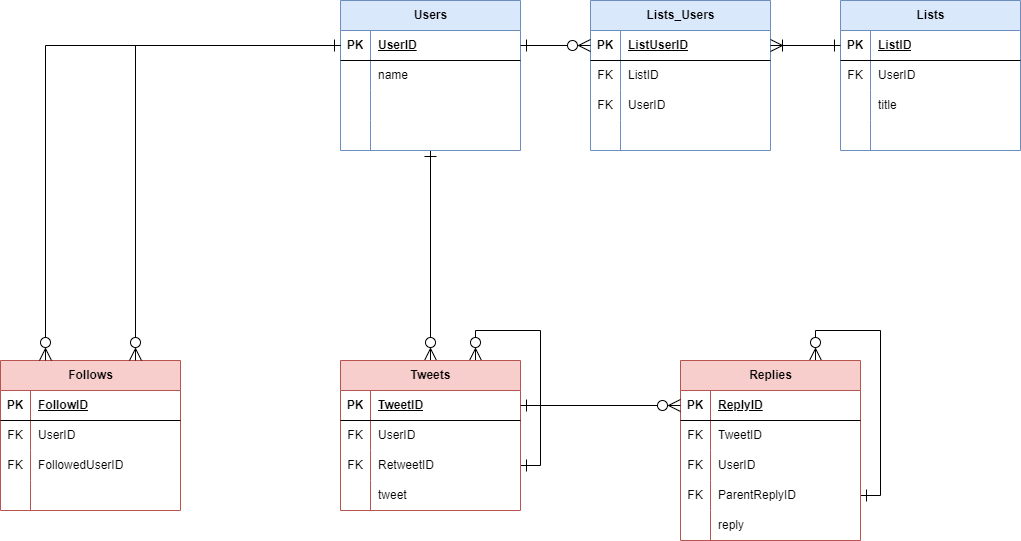
Before: Twitter.drawio.png, a diagram exported from draw.io (npakk/fjord-database-erd-practice). Source tidied: cells renumbered, new cells last; positions are measured from the earlier drawing's top-left corner, leaving out a move shared by most shapes.
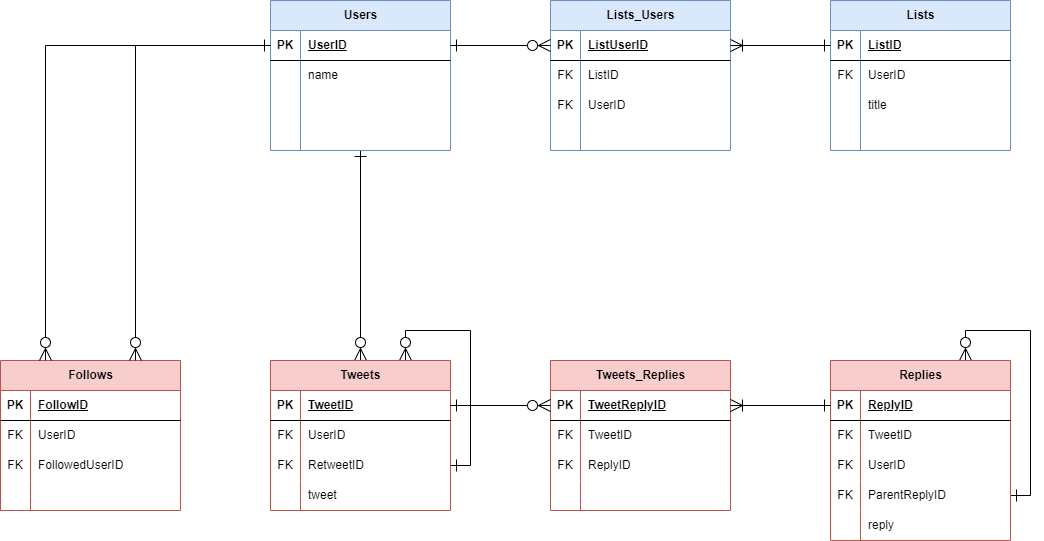
Above is the later version.

Commit message:
Twitter.drawio.png を更新します

Change to the diagram source:
```diff
@@ -6,7 +6,7 @@
       <mxGeometry relative="1" as="geometry" />
     </mxCell>
     <mxCell id="3" value="Users" style="shape=table;startSize=30;rowLines=0;fontStyle=1;align=center;html=1;fillColor=#dae8fc;strokeColor=#6c8ebf;" parent="1" vertex="1">
-      <mxGeometry x="340" width="180" height="150" as="geometry" />
+      <mxGeometry x="270" width="180" height="150" as="geometry" />
     </mxCell>
     <mxCell id="4" style="shape=tableRow;horizontal=0;startSize=0;swimlaneHead=0;swimlaneBody=0;fillColor=none;points=[[0,0.5],[1,0.5]];portConstraint=eastwest;top=0;left=0;right=0;bottom=1;" parent="3" vertex="1">
       <mxGeometry y="30" width="180" height="30" as="geometry" />
@@ -47,23 +47,23 @@
     <mxCell id="16" style="edgeStyle=orthogonalEdgeStyle;rounded=0;jettySize=auto;html=1;exitX=1;exitY=0.5;exitDx=0;exitDy=0;entryX=0.75;entryY=0;entryDx=0;entryDy=0;endSize=10;startSize=10;endArrow=ERzeroToMany;endFill=0;startArrow=ERone;startFill=0;" parent="1" edge="1" source="25" target="18">
       <mxGeometry relative="1" as="geometry">
         <Array as="points">
-          <mxPoint x="540" y="465" />
-          <mxPoint x="540" y="330" />
-          <mxPoint x="475" y="330" />
+          <mxPoint x="470" y="465" />
+          <mxPoint x="470" y="330" />
+          <mxPoint x="405" y="330" />
         </Array>
       </mxGeometry>
     </mxCell>
     <mxCell id="17" style="edgeStyle=orthogonalEdgeStyle;rounded=0;jettySize=auto;html=1;exitX=1;exitY=0.5;exitDx=0;exitDy=0;entryX=0.75;entryY=0;entryDx=0;entryDy=0;endSize=10;startSize=10;endArrow=ERzeroToMany;endFill=0;startArrow=ERone;startFill=0;" parent="1" edge="1" source="41" target="31">
       <mxGeometry relative="1" as="geometry">
         <Array as="points">
-          <mxPoint x="880" y="495" />
-          <mxPoint x="880" y="330" />
-          <mxPoint x="815" y="330" />
+          <mxPoint x="1030" y="495" />
+          <mxPoint x="1030" y="330" />
+          <mxPoint x="965" y="330" />
         </Array>
       </mxGeometry>
     </mxCell>
     <mxCell id="18" value="Tweets" style="shape=table;startSize=30;rowLines=0;fontStyle=1;align=center;html=1;fillColor=#f8cecc;strokeColor=#b85450;" parent="1" vertex="1">
-      <mxGeometry x="340" y="360" width="180" height="150" as="geometry" />
+      <mxGeometry x="270" y="360" width="180" height="150" as="geometry" />
     </mxCell>
     <mxCell id="19" style="shape=tableRow;horizontal=0;startSize=0;swimlaneHead=0;swimlaneBody=0;fillColor=none;points=[[0,0.5],[1,0.5]];portConstraint=eastwest;top=0;left=0;right=0;bottom=1;" parent="18" vertex="1">
       <mxGeometry y="30" width="180" height="30" as="geometry" />
@@ -102,7 +102,7 @@
       <mxGeometry x="30" width="150" height="30" as="geometry" />
     </mxCell>
     <mxCell id="31" value="Replies" style="shape=table;startSize=30;rowLines=0;fontStyle=1;align=center;html=1;fillColor=#f8cecc;strokeColor=#b85450;" parent="1" vertex="1">
-      <mxGeometry x="680" y="360" width="180" height="180" as="geometry" />
+      <mxGeometry x="830" y="360" width="180" height="180" as="geometry" />
     </mxCell>
     <mxCell id="32" style="shape=tableRow;horizontal=0;startSize=0;swimlaneHead=0;swimlaneBody=0;fillColor=none;points=[[0,0.5],[1,0.5]];portConstraint=eastwest;top=0;left=0;right=0;bottom=1;" parent="31" vertex="1">
       <mxGeometry y="30" width="180" height="30" as="geometry" />
@@ -189,7 +189,7 @@
       <mxGeometry x="30" width="150" height="30" as="geometry" />
     </mxCell>
     <mxCell id="60" value="Lists" style="shape=table;startSize=30;rowLines=0;fontStyle=1;align=center;html=1;fillColor=#dae8fc;strokeColor=#6c8ebf;" parent="1" vertex="1">
-      <mxGeometry x="840" width="180" height="150" as="geometry" />
+      <mxGeometry x="830" width="180" height="150" as="geometry" />
     </mxCell>
     <mxCell id="61" style="shape=tableRow;horizontal=0;startSize=0;swimlaneHead=0;swimlaneBody=0;fillColor=none;points=[[0,0.5],[1,0.5]];portConstraint=eastwest;top=0;left=0;right=0;bottom=1;" parent="60" vertex="1">
       <mxGeometry y="30" width="180" height="30" as="geometry" />
@@ -228,7 +228,7 @@
       <mxGeometry x="30" width="150" height="30" as="geometry" />
     </mxCell>
     <mxCell id="73" value="Lists_Users" style="shape=table;startSize=30;rowLines=0;fontStyle=1;align=center;html=1;fillColor=#dae8fc;strokeColor=#6c8ebf;" parent="1" vertex="1">
-      <mxGeometry x="590" width="180" height="150" as="geometry" />
+      <mxGeometry x="550" width="180" height="150" as="geometry" />
     </mxCell>
     <mxCell id="74" style="shape=tableRow;horizontal=0;startSize=0;swimlaneHead=0;swimlaneBody=0;fillColor=none;points=[[0,0.5],[1,0.5]];portConstraint=eastwest;top=0;left=0;right=0;bottom=1;" parent="73" vertex="1">
       <mxGeometry y="30" width="180" height="30" as="geometry" />
@@ -283,14 +283,56 @@
     <mxCell id="88" style="edgeStyle=orthogonalEdgeStyle;rounded=0;jettySize=auto;html=1;entryX=0.5;entryY=0;entryDx=0;entryDy=0;endSize=10;startSize=10;endArrow=ERzeroToMany;endFill=0;startArrow=ERone;startFill=0;" parent="1" edge="1" source="x" target="31">
       <mxGeometry relative="1" as="geometry" />
     </mxCell>
-    <mxCell id="89" style="edgeStyle=orthogonalEdgeStyle;rounded=0;jettySize=auto;html=1;exitX=1;exitY=0.5;exitDx=0;exitDy=0;entryX=0;entryY=0.5;entryDx=0;entryDy=0;endSize=10;startSize=10;startArrow=ERone;startFill=0;endArrow=ERzeroToMany;endFill=0;" parent="1" edge="1" source="19" target="32">
-      <mxGeometry relative="1" as="geometry" />
-    </mxCell>
     <mxCell id="90" style="edgeStyle=orthogonalEdgeStyle;rounded=0;jettySize=auto;html=1;exitX=1;exitY=0.5;exitDx=0;exitDy=0;entryX=0;entryY=0.5;entryDx=0;entryDy=0;endSize=10;startSize=10;endArrow=ERzeroToMany;endFill=0;startArrow=ERone;startFill=0;" parent="1" edge="1" source="4" target="74">
       <mxGeometry relative="1" as="geometry" />
     </mxCell>
     <mxCell id="91" style="edgeStyle=orthogonalEdgeStyle;rounded=0;jettySize=auto;html=1;entryX=1;entryY=0.5;entryDx=0;entryDy=0;endSize=10;startSize=10;endArrow=ERoneToMany;endFill=0;startArrow=ERone;startFill=0;" parent="1" edge="1" source="61" target="74">
       <mxGeometry relative="1" as="geometry" />
     </mxCell>
+    <mxCell id="92" value="Tweets_Replies" style="shape=table;startSize=30;rowLines=0;fontStyle=1;align=center;html=1;fillColor=#f8cecc;strokeColor=#b85450;" parent="1" vertex="1">
+      <mxGeometry x="550" y="360" width="180" height="150" as="geometry" />
+    </mxCell>
+    <mxCell id="93" style="shape=tableRow;horizontal=0;startSize=0;swimlaneHead=0;swimlaneBody=0;fillColor=none;points=[[0,0.5],[1,0.5]];portConstraint=eastwest;top=0;left=0;right=0;bottom=1;" parent="92" vertex="1">
+      <mxGeometry y="30" width="180" height="30" as="geometry" />
+    </mxCell>
+    <mxCell id="94" value="PK" style="shape=partialRectangle;fillColor=none;top=0;left=0;bottom=0;right=0;fontStyle=1;overflow=hidden;whiteSpace=wrap;html=1;" parent="93" vertex="1">
+      <mxGeometry width="30" height="30" as="geometry" />
+    </mxCell>
+    <mxCell id="95" value="TweetReplyID" style="shape=partialRectangle;fillColor=none;top=0;left=0;bottom=0;right=0;align=left;spacingLeft=6;fontStyle=5;overflow=hidden;whiteSpace=wrap;html=1;" parent="93" vertex="1">
+      <mxGeometry x="30" width="150" height="30" as="geometry" />
+    </mxCell>
+    <mxCell id="96" style="shape=tableRow;horizontal=0;startSize=0;swimlaneHead=0;swimlaneBody=0;fillColor=none;top=0;left=0;right=0;bottom=0;" parent="92" vertex="1">
+      <mxGeometry y="60" width="180" height="30" as="geometry" />
+    </mxCell>
+    <mxCell id="97" value="FK" style="shape=partialRectangle;fillColor=none;top=0;left=0;bottom=0;right=0;overflow=hidden;whiteSpace=wrap;html=1;" parent="96" vertex="1">
+      <mxGeometry width="30" height="30" as="geometry" />
+    </mxCell>
+    <mxCell id="98" value="TweetID" style="shape=partialRectangle;fillColor=none;top=0;left=0;bottom=0;right=0;align=left;spacingLeft=6;overflow=hidden;whiteSpace=wrap;html=1;" parent="96" vertex="1">
+      <mxGeometry x="30" width="150" height="30" as="geometry" />
+    </mxCell>
+    <mxCell id="99" style="shape=tableRow;horizontal=0;startSize=0;swimlaneHead=0;swimlaneBody=0;fillColor=none;top=0;left=0;right=0;bottom=0;" parent="92" vertex="1">
+      <mxGeometry y="90" width="180" height="30" as="geometry" />
+    </mxCell>
+    <mxCell id="100" value="FK" style="shape=partialRectangle;fillColor=none;top=0;left=0;bottom=0;right=0;overflow=hidden;whiteSpace=wrap;html=1;" parent="99" vertex="1">
+      <mxGeometry width="30" height="30" as="geometry" />
+    </mxCell>
+    <mxCell id="101" value="ReplyID" style="shape=partialRectangle;fillColor=none;top=0;left=0;bottom=0;right=0;align=left;spacingLeft=6;overflow=hidden;whiteSpace=wrap;html=1;" parent="99" vertex="1">
+      <mxGeometry x="30" width="150" height="30" as="geometry" />
+    </mxCell>
+    <mxCell id="102" style="shape=tableRow;horizontal=0;startSize=0;swimlaneHead=0;swimlaneBody=0;fillColor=none;top=0;left=0;right=0;bottom=0;" parent="92" vertex="1">
+      <mxGeometry y="120" width="180" height="30" as="geometry" />
+    </mxCell>
+    <mxCell id="103" style="shape=partialRectangle;fillColor=none;top=0;left=0;bottom=0;right=0;overflow=hidden;whiteSpace=wrap;html=1;" parent="102" vertex="1">
+      <mxGeometry width="30" height="30" as="geometry" />
+    </mxCell>
+    <mxCell id="104" style="shape=partialRectangle;fillColor=none;top=0;left=0;bottom=0;right=0;align=left;spacingLeft=6;overflow=hidden;whiteSpace=wrap;html=1;" parent="102" vertex="1">
+      <mxGeometry x="30" width="150" height="30" as="geometry" />
+    </mxCell>
+    <mxCell id="105" style="edgeStyle=orthogonalEdgeStyle;rounded=0;jettySize=auto;html=1;exitX=1;exitY=0.5;exitDx=0;exitDy=0;entryX=0;entryY=0.5;entryDx=0;entryDy=0;endSize=10;startSize=10;endArrow=ERzeroToMany;endFill=0;startArrow=ERone;startFill=0;" parent="1" edge="1" source="19" target="93">
+      <mxGeometry relative="1" as="geometry" />
+    </mxCell>
+    <mxCell id="106" style="edgeStyle=orthogonalEdgeStyle;rounded=0;jettySize=auto;html=1;exitX=0;exitY=0.5;exitDx=0;exitDy=0;entryX=1;entryY=0.5;entryDx=0;entryDy=0;endSize=10;startSize=10;endArrow=ERoneToMany;endFill=0;startArrow=ERone;startFill=0;" parent="1" edge="1" source="32" target="93">
+      <mxGeometry relative="1" as="geometry" />
+    </mxCell>
   </root>
 </mxGraphModel>
```
